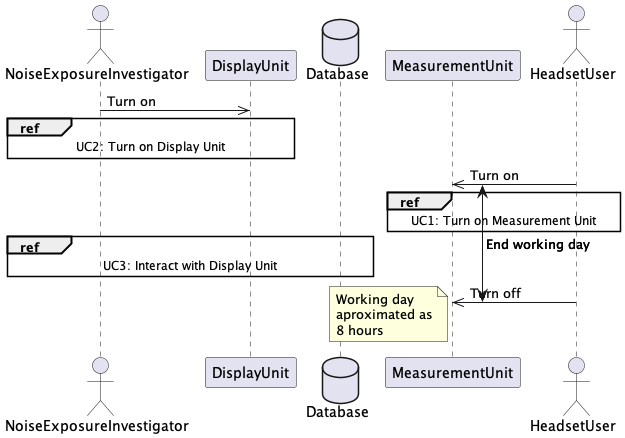
Before: Structure/System/SequenceDiagrams/out/sequence_end2end_ver3.png, a diagram exported from PlantUML (VilliamBo/Bachelor).
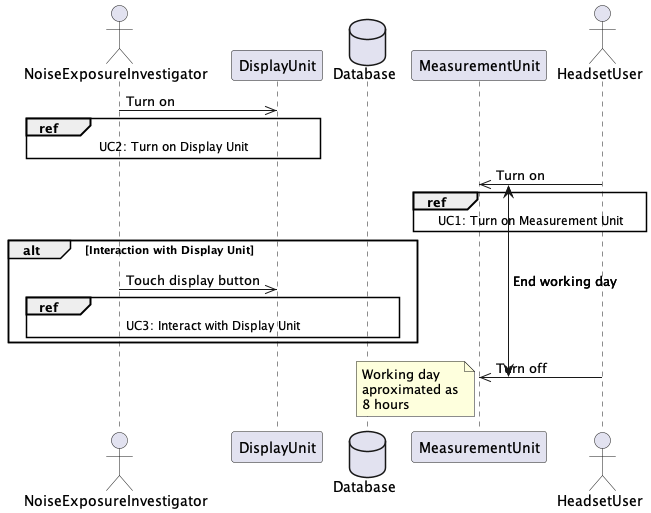
The same diagram one commit later.

Change to the diagram source:
```diff
@@ -13,8 +13,10 @@
 {start} hu ->> mu : Turn on
 ref over hu, mu : UC1: Turn on Measurement Unit
 
+alt Interaction with Display Unit
+nei ->> du : Touch display button
 ref over nei, du, db : UC3: Interact with Display Unit
-
+end
 {end} hu ->> mu : Turn off
 
 {start} <-> {end} : End working day
```
